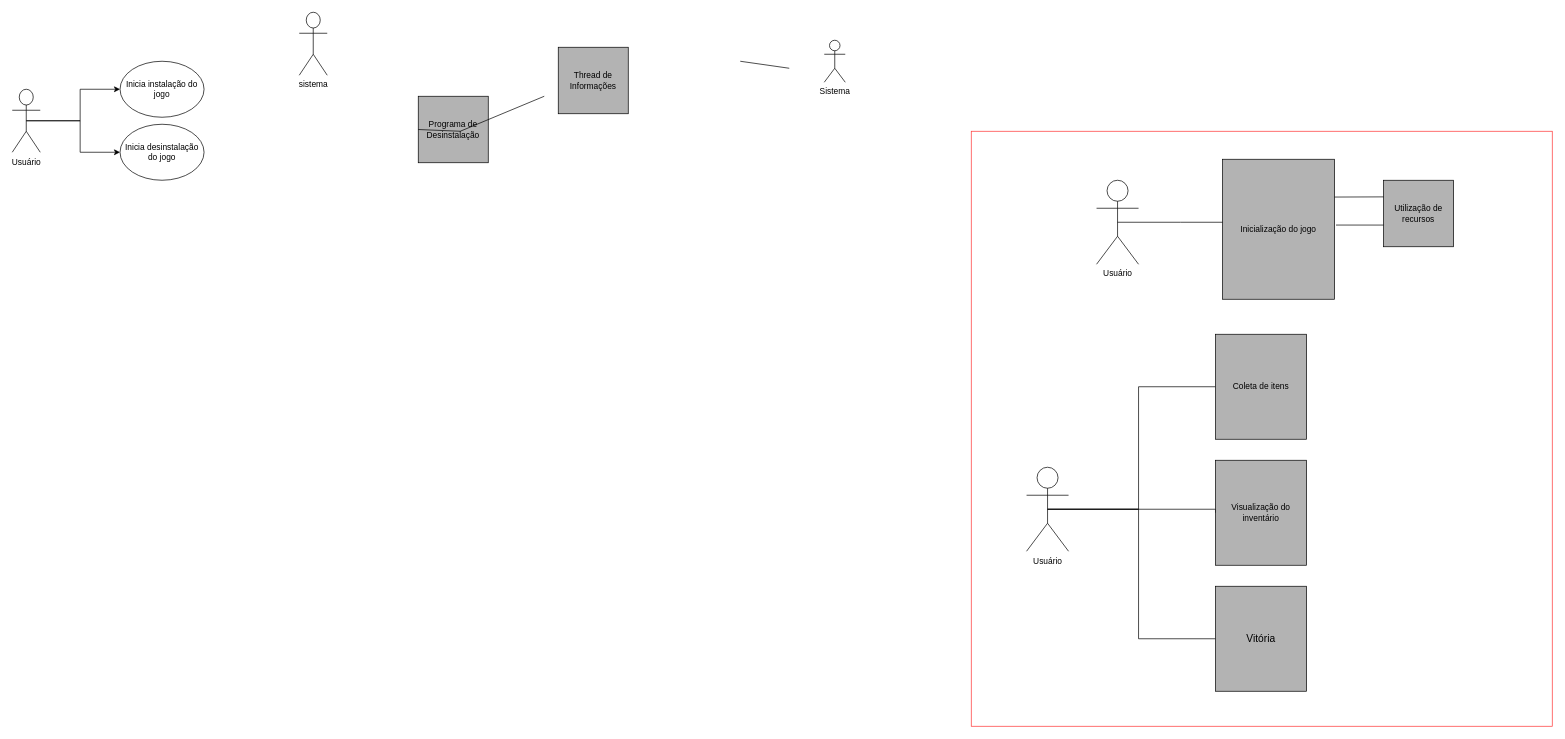
This is page "Visão de Contexto" (1 of 4) of Descrição da Arquitetura.drawio from renanreyc/EngenhariaDeSoftware, a draw.io file, before an edit. Source tidied: cells renumbered, new cells numbered last; positions are measured from the earlier drawing's top-left corner, leaving out a move shared by most shapes. Both pictures are drawn from the tidied source at 70%, with x=0, y=0 at pixel (12, 12).
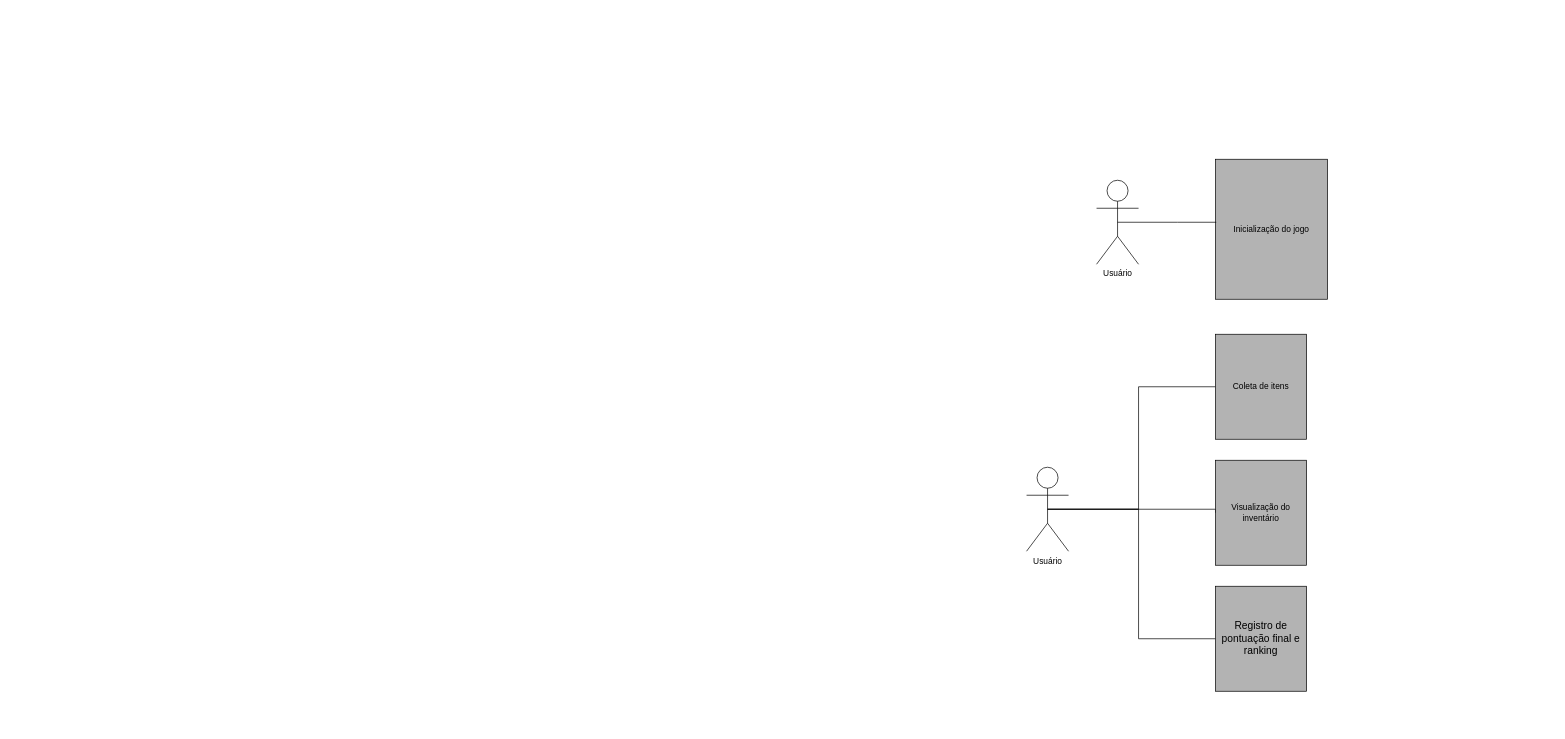
After the change.

The change refers to these unchanged cells:
```xml
<mxCell id="16" value="Usuário" style="shape=umlActor;verticalLabelPosition=bottom;verticalAlign=top;html=1;outlineConnect=0;" parent="1" vertex="1">
  <mxGeometry x="1549" y="240" width="60" height="120" as="geometry" />
</mxCell>
```

What changed in the source:
```diff
@@
-    <mxCell id="2" style="rounded=0;whiteSpace=wrap;html=1;fillColor=none;strokeColor=#FF3333;verticalAlign=top;" parent="1" vertex="1">
-      <mxGeometry x="1370" y="170" width="830" height="850" as="geometry" />
-    </mxCell>
     <mxCell id="3" value="&lt;span&gt;Inicialização do jogo&lt;/span&gt;" style="rounded=0;whiteSpace=wrap;html=1;fillColor=#B3B3B3;" parent="1" vertex="1">
-      <mxGeometry x="1729" y="210" width="160" height="200" as="geometry" />
+      <mxGeometry x="1719" y="210" width="160" height="200" as="geometry" />
     </mxCell>
-    <mxCell id="4" value="&lt;span&gt;Programa de Desinstalação&lt;/span&gt;" style="rounded=0;whiteSpace=wrap;html=1;fillColor=#B3B3B3;" parent="1" vertex="1">
-      <mxGeometry x="580" y="120" width="100" height="95" as="geometry" />
-    </mxCell>
-    <mxCell id="5" style="edgeStyle=orthogonalEdgeStyle;rounded=0;jettySize=auto;html=1;exitX=0.5;exitY=0.5;exitDx=0;exitDy=0;exitPerimeter=0;entryX=0;entryY=0.5;entryDx=0;entryDy=0;" parent="1" edge="1" source="7" target="12">
-      <mxGeometry relative="1" as="geometry" />
-    </mxCell>
-    <mxCell id="6" style="edgeStyle=orthogonalEdgeStyle;rounded=0;jettySize=auto;html=1;exitX=0.5;exitY=0.5;exitDx=0;exitDy=0;exitPerimeter=0;" parent="1" edge="1" source="7" target="13">
-      <mxGeometry relative="1" as="geometry" />
-    </mxCell>
-    <mxCell id="7" value="Usuário" style="shape=umlActor;verticalLabelPosition=bottom;verticalAlign=top;html=1;outlineConnect=0;" parent="1" vertex="1">
-      <mxGeometry y="110" width="40" height="90" as="geometry" />
-    </mxCell>
-    <mxCell id="8" style="endArrow=none;html=1;rounded=0;exitX=0;exitY=0.5;exitDx=0;exitDy=0;" parent="1" edge="1" source="4">
-      <mxGeometry relative="1" as="geometry">
-        <mxPoint x="760" y="120" as="targetPoint" />
-        <Array as="points">
-          <mxPoint x="640" y="170" />
-        </Array>
-      </mxGeometry>
-    </mxCell>
-    <mxCell id="9" value="Thread de Informações" style="rounded=0;whiteSpace=wrap;html=1;fillColor=#B3B3B3;" parent="1" vertex="1">
-      <mxGeometry x="780" y="50" width="100" height="95" as="geometry" />
-    </mxCell>
-    <mxCell id="10" value="Sistema" style="shape=umlActor;verticalLabelPosition=bottom;verticalAlign=top;html=1;" parent="1" vertex="1">
-      <mxGeometry x="1160" y="40" width="30" height="60" as="geometry" />
-    </mxCell>
-    <mxCell id="11" style="endArrow=none;html=1;rounded=0;" parent="1" edge="1">
-      <mxGeometry relative="1" as="geometry">
-        <mxPoint x="1040" y="70" as="sourcePoint" />
-        <mxPoint x="1110" y="80" as="targetPoint" />
-      </mxGeometry>
-    </mxCell>
-    <mxCell id="12" value="Inicia instalação do jogo" style="ellipse;whiteSpace=wrap;html=1;" parent="1" vertex="1">
-      <mxGeometry x="154" y="70" width="120" height="80" as="geometry" />
-    </mxCell>
-    <mxCell id="13" value="Inicia desinstalação do jogo" style="ellipse;whiteSpace=wrap;html=1;" parent="1" vertex="1">
-      <mxGeometry x="154" y="160" width="120" height="80" as="geometry" />
-    </mxCell>
-    <mxCell id="14" value="sistema" style="shape=umlActor;verticalLabelPosition=bottom;verticalAlign=top;html=1;" parent="1" vertex="1">
-      <mxGeometry x="410" width="40" height="90" as="geometry" />
-    </mxCell>
     <mxCell id="15" style="edgeStyle=orthogonalEdgeStyle;rounded=0;jettySize=auto;html=1;endArrow=none;endFill=0;exitX=0.5;exitY=0.5;exitDx=0;exitDy=0;exitPerimeter=0;" parent="1" edge="1" source="16">
       <mxGeometry relative="1" as="geometry">
-        <mxPoint x="1729" y="300" as="targetPoint" />
+        <mxPoint x="1720" y="300" as="targetPoint" />
       </mxGeometry>
     </mxCell>
@@
-    <mxCell id="17" value="Utilização de recursos" style="rounded=0;whiteSpace=wrap;html=1;fillColor=#B3B3B3;" parent="1" vertex="1">
-      <mxGeometry x="1959" y="240" width="100" height="95" as="geometry" />
-    </mxCell>
-    <mxCell id="18" style="endArrow=none;html=1;rounded=0;exitX=0;exitY=0.25;exitDx=0;exitDy=0;" parent="1" edge="1" source="17">
-      <mxGeometry relative="1" as="geometry">
-        <mxPoint x="1889" y="264" as="targetPoint" />
-      </mxGeometry>
-    </mxCell>
-    <mxCell id="19" style="endArrow=none;html=1;rounded=0;exitX=0;exitY=0.674;exitDx=0;exitDy=0;exitPerimeter=0;entryX=1.013;entryY=0.47;entryDx=0;entryDy=0;entryPerimeter=0;" parent="1" edge="1" source="17" target="3">
-      <mxGeometry relative="1" as="geometry" />
-    </mxCell>
@@
-    <mxCell id="26" value="&lt;span id=&quot;docs-internal-guid-4b4b714c-7fff-3087-e5b9-a24f56cd1d25&quot;&gt;&lt;span style=&quot;font-size: 11pt ; font-family: &amp;#34;arial&amp;#34; ; background-color: transparent ; vertical-align: baseline&quot;&gt;Vitória&lt;/span&gt;&lt;/span&gt;" style="rounded=0;whiteSpace=wrap;html=1;fillColor=#B3B3B3;" parent="1" vertex="1">
+    <mxCell id="26" value="&lt;font face=&quot;arial&quot;&gt;&lt;span style=&quot;font-size: 14.6667px&quot;&gt;Registro de pontuação final e ranking&lt;/span&gt;&lt;/font&gt;" style="rounded=0;whiteSpace=wrap;html=1;fillColor=#B3B3B3;" parent="1" vertex="1">
       <mxGeometry x="1719" y="820" width="130" height="150" as="geometry" />
     </mxCell>
```
